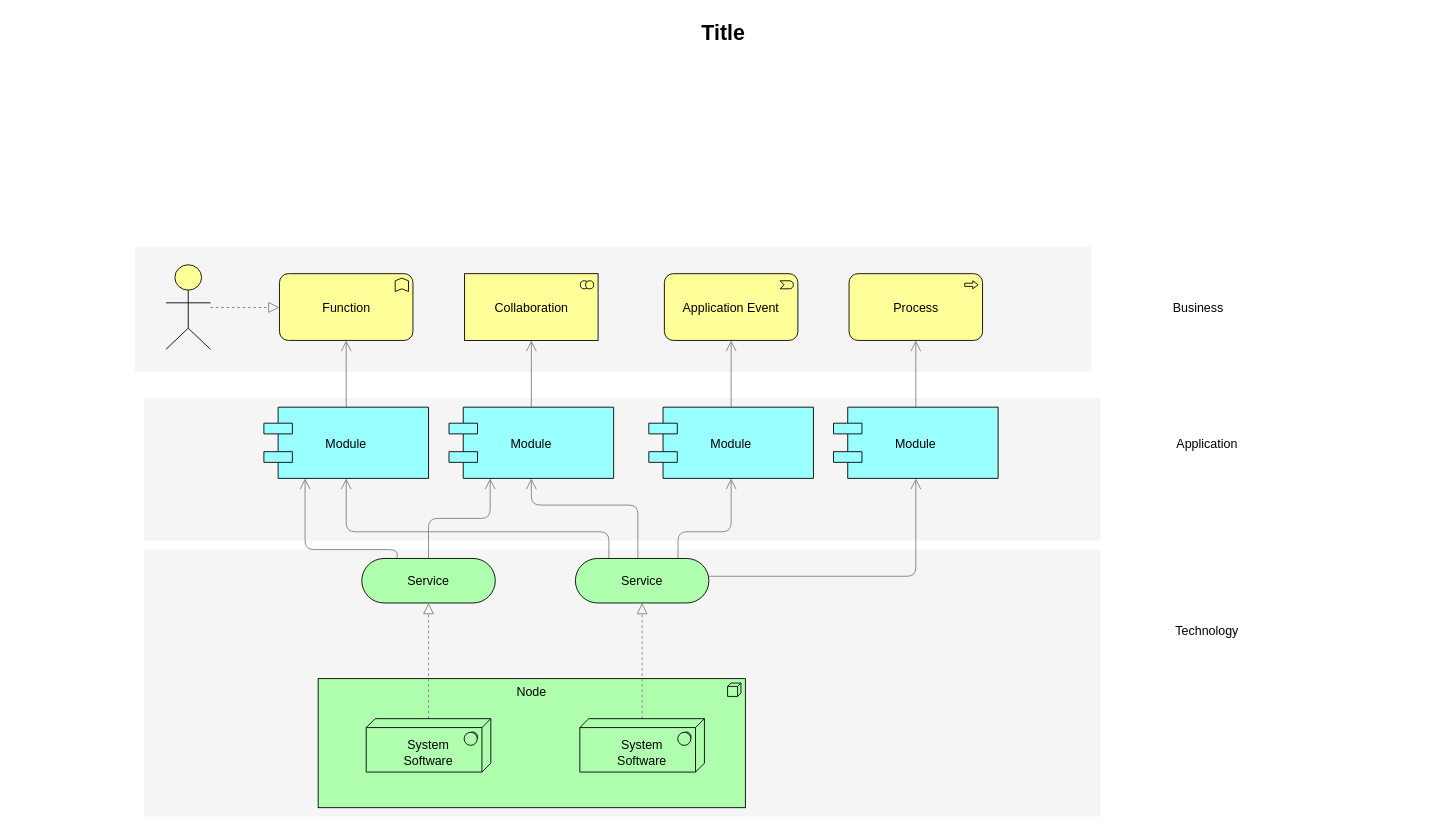
Earlier version of the draw.io diagram Ecommerce_ERD.drawio (Papi1997/Ecommerce_ERD). Source tidied: cells renumbered, new cells numbered last; positions are measured from the earlier drawing's top-left corner, leaving out a move shared by most shapes. Both pictures are drawn from the tidied source at 89%, with x=0, y=0 at pixel (15, 15).
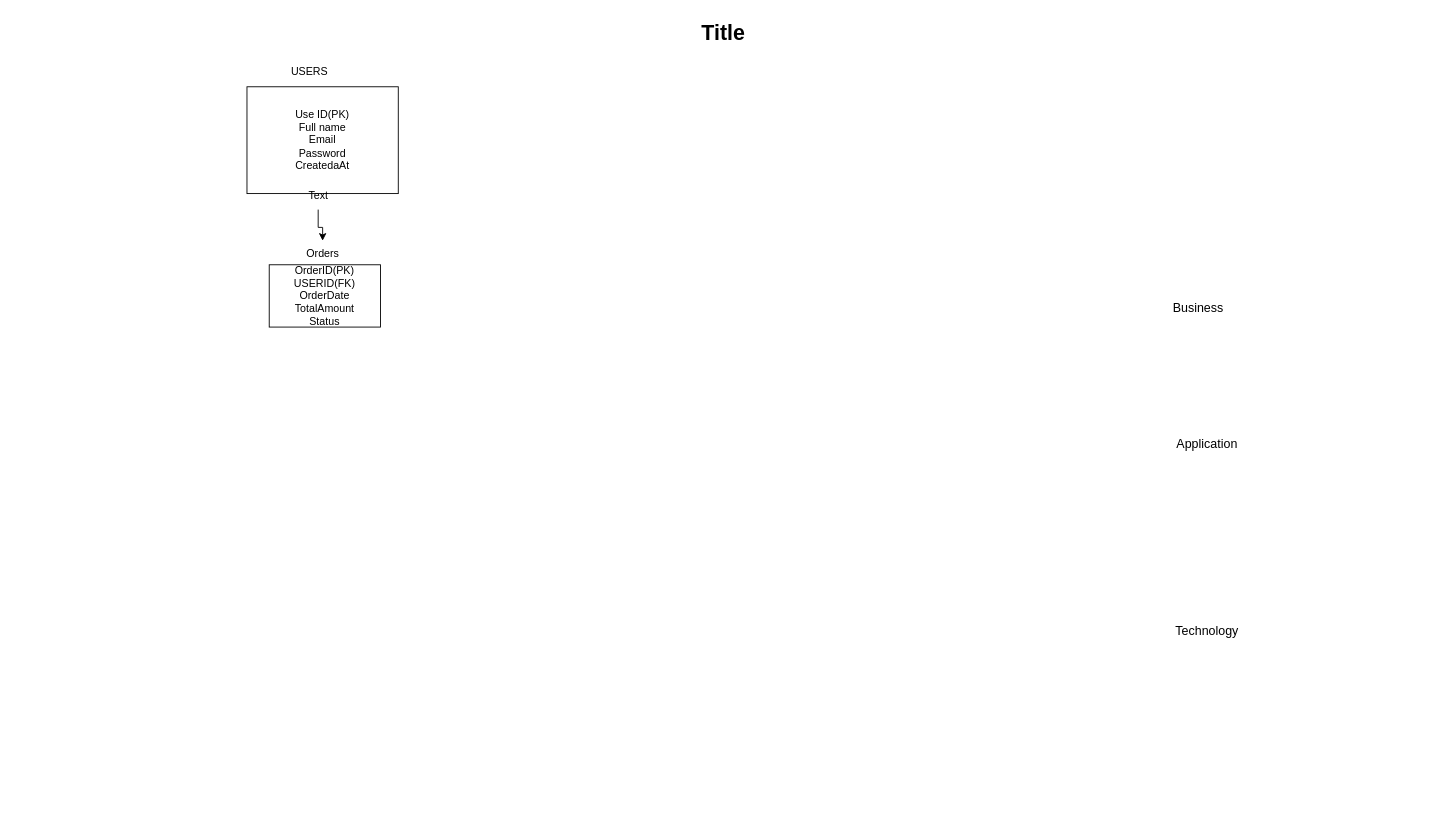
The same page after the edit.

Change to the diagram source:
```diff
@@
-    <mxCell id="2" style="whiteSpace=wrap;html=1;strokeColor=none;strokeWidth=1;fillColor=#f5f5f5;fontSize=14;" parent="1" vertex="1">
-      <mxGeometry x="144" y="600" width="1075" height="300" as="geometry" />
-    </mxCell>
-    <mxCell id="3" style="whiteSpace=wrap;html=1;strokeColor=none;strokeWidth=1;fillColor=#f5f5f5;fontSize=14;" parent="1" vertex="1">
-      <mxGeometry x="144" y="430" width="1075" height="160" as="geometry" />
-    </mxCell>
-    <mxCell id="4" style="whiteSpace=wrap;html=1;strokeColor=none;strokeWidth=1;fillColor=#f5f5f5;fontSize=14;" parent="1" vertex="1">
-      <mxGeometry x="134" y="260" width="1075" height="140" as="geometry" />
-    </mxCell>
-    <mxCell id="5" value="Node" style="html=1;whiteSpace=wrap;fillColor=#AFFFAF;shape=mxgraph.archimate3.application;appType=node;archiType=square;fontSize=14;verticalAlign=top;" parent="1" vertex="1">
-      <mxGeometry x="340" y="745" width="480" height="145" as="geometry" />
-    </mxCell>
-    <mxCell id="6" style="edgeStyle=elbowEdgeStyle;rounded=1;elbow=vertical;html=1;startSize=10;endArrow=block;endFill=0;endSize=10;jettySize=auto;strokeColor=#808080;fontSize=14;dashed=1;" parent="1" edge="1" source="7" target="12">
-      <mxGeometry relative="1" as="geometry" />
-    </mxCell>
-    <mxCell id="7" value="&lt;div&gt;&lt;br&gt;&lt;/div&gt;System&lt;div&gt;Software&lt;/div&gt;" style="html=1;whiteSpace=wrap;fillColor=#AFFFAF;shape=mxgraph.archimate3.tech;techType=sysSw;fontSize=14;" parent="1" vertex="1">
-      <mxGeometry x="394" y="790" width="140" height="60" as="geometry" />
-    </mxCell>
-    <mxCell id="8" style="edgeStyle=elbowEdgeStyle;rounded=1;elbow=vertical;html=1;startSize=10;endArrow=block;endFill=0;endSize=10;jettySize=auto;strokeColor=#808080;fontSize=14;dashed=1;" parent="1" edge="1" source="9" target="17">
-      <mxGeometry relative="1" as="geometry" />
-    </mxCell>
-    <mxCell id="9" value="&lt;div&gt;&lt;br&gt;&lt;/div&gt;&lt;div&gt;&lt;span&gt;System&lt;/span&gt;&lt;div&gt;Software&lt;/div&gt;&lt;/div&gt;" style="html=1;whiteSpace=wrap;fillColor=#AFFFAF;shape=mxgraph.archimate3.tech;techType=sysSw;fontSize=14;" parent="1" vertex="1">
-      <mxGeometry x="634" y="790" width="140" height="60" as="geometry" />
-    </mxCell>
-    <mxCell id="10" style="edgeStyle=elbowEdgeStyle;rounded=1;elbow=vertical;html=1;startSize=10;endArrow=open;endFill=0;endSize=10;jettySize=auto;strokeColor=#808080;fontSize=14;entryX=0.25;entryY=1;" parent="1" edge="1" source="12" target="21">
-      <mxGeometry relative="1" as="geometry" />
-    </mxCell>
-    <mxCell id="11" style="edgeStyle=elbowEdgeStyle;rounded=1;elbow=vertical;html=1;startSize=10;endArrow=open;endFill=0;endSize=10;jettySize=auto;strokeColor=#808080;fontSize=14;entryX=0.25;entryY=1;exitX=0.265;exitY=0.007;exitPerimeter=0;" parent="1" edge="1" source="12" target="19">
-      <mxGeometry relative="1" as="geometry">
-        <Array as="points">
-          <mxPoint x="372" y="600" />
-        </Array>
-      </mxGeometry>
-    </mxCell>
-    <mxCell id="12" value="Service" style="html=1;whiteSpace=wrap;fillColor=#AFFFAF;shape=mxgraph.archimate3.service;fontSize=14;" parent="1" vertex="1">
-      <mxGeometry x="389" y="610" width="150" height="50" as="geometry" />
-    </mxCell>
-    <mxCell id="13" style="edgeStyle=elbowEdgeStyle;rounded=1;elbow=vertical;html=1;startSize=10;endArrow=open;endFill=0;endSize=10;jettySize=auto;strokeColor=#808080;fontSize=14;" parent="1" edge="1" source="17" target="25">
-      <mxGeometry relative="1" as="geometry">
-        <Array as="points">
-          <mxPoint x="859" y="630" />
-        </Array>
-      </mxGeometry>
-    </mxCell>
-    <mxCell id="14" style="edgeStyle=elbowEdgeStyle;rounded=1;elbow=vertical;html=1;startSize=10;endArrow=open;endFill=0;endSize=10;jettySize=auto;strokeColor=#808080;fontSize=14;entryX=0.5;entryY=1;exitX=0.769;exitY=0.025;exitPerimeter=0;" parent="1" edge="1" source="17" target="23">
-      <mxGeometry relative="1" as="geometry">
-        <Array as="points">
-          <mxPoint x="759" y="580" />
-        </Array>
-      </mxGeometry>
-    </mxCell>
-    <mxCell id="15" style="edgeStyle=elbowEdgeStyle;rounded=1;elbow=vertical;html=1;startSize=10;endArrow=open;endFill=0;endSize=10;jettySize=auto;strokeColor=#808080;fontSize=14;entryX=0.5;entryY=1;exitX=0.468;exitY=0.025;exitPerimeter=0;" parent="1" edge="1" source="17" target="21">
-      <mxGeometry relative="1" as="geometry">
-        <Array as="points">
-          <mxPoint x="649" y="550" />
-        </Array>
-      </mxGeometry>
-    </mxCell>
-    <mxCell id="16" style="edgeStyle=elbowEdgeStyle;rounded=1;elbow=vertical;html=1;startSize=10;endArrow=open;endFill=0;endSize=10;jettySize=auto;strokeColor=#808080;fontSize=14;exitX=0.251;exitY=0.002;exitPerimeter=0;" parent="1" edge="1" source="17" target="19">
-      <mxGeometry relative="1" as="geometry">
-        <Array as="points">
-          <mxPoint x="539" y="580" />
-        </Array>
-      </mxGeometry>
-    </mxCell>
-    <mxCell id="17" value="Service" style="html=1;whiteSpace=wrap;fillColor=#AFFFAF;shape=mxgraph.archimate3.service;fontSize=14;" parent="1" vertex="1">
-      <mxGeometry x="629" y="610" width="150" height="50" as="geometry" />
-    </mxCell>
-    <mxCell id="18" style="edgeStyle=elbowEdgeStyle;rounded=1;elbow=vertical;html=1;startSize=10;endArrow=open;endFill=0;endSize=10;jettySize=auto;strokeColor=#808080;fontSize=14;" parent="1" edge="1" source="19" target="26">
-      <mxGeometry relative="1" as="geometry" />
-    </mxCell>
-    <mxCell id="19" value="Module" style="shape=component;align=center;fillColor=#99ffff;gradientColor=none;fontSize=14;" parent="1" vertex="1">
-      <mxGeometry x="279" y="440" width="185" height="80" as="geometry" />
-    </mxCell>
-    <mxCell id="20" style="edgeStyle=elbowEdgeStyle;rounded=1;elbow=vertical;html=1;startSize=10;endArrow=open;endFill=0;endSize=10;jettySize=auto;strokeColor=#808080;fontSize=14;" parent="1" edge="1" source="21" target="27">
-      <mxGeometry relative="1" as="geometry" />
-    </mxCell>
-    <mxCell id="21" value="Module" style="shape=component;align=center;fillColor=#99ffff;gradientColor=none;fontSize=14;" parent="1" vertex="1">
-      <mxGeometry x="487" y="440" width="185" height="80" as="geometry" />
-    </mxCell>
-    <mxCell id="22" style="edgeStyle=elbowEdgeStyle;rounded=1;elbow=vertical;html=1;startSize=10;endArrow=open;endFill=0;endSize=10;jettySize=auto;strokeColor=#808080;fontSize=14;" parent="1" edge="1" source="23" target="28">
-      <mxGeometry relative="1" as="geometry" />
-    </mxCell>
-    <mxCell id="23" value="Module" style="shape=component;align=center;fillColor=#99ffff;gradientColor=none;fontSize=14;" parent="1" vertex="1">
-      <mxGeometry x="711.5" y="440" width="185" height="80" as="geometry" />
-    </mxCell>
-    <mxCell id="24" style="edgeStyle=elbowEdgeStyle;rounded=1;elbow=vertical;html=1;startSize=10;endArrow=open;endFill=0;endSize=10;jettySize=auto;strokeColor=#808080;fontSize=14;" parent="1" edge="1" source="25" target="29">
-      <mxGeometry relative="1" as="geometry" />
-    </mxCell>
-    <mxCell id="25" value="Module" style="shape=component;align=center;fillColor=#99ffff;gradientColor=none;fontSize=14;" parent="1" vertex="1">
-      <mxGeometry x="919" y="440" width="185" height="80" as="geometry" />
-    </mxCell>
-    <mxCell id="26" value="Function" style="html=1;whiteSpace=wrap;fillColor=#ffff99;shape=mxgraph.archimate3.application;appType=func;archiType=rounded;fontSize=14;" parent="1" vertex="1">
-      <mxGeometry x="296.5" y="290" width="150" height="75" as="geometry" />
-    </mxCell>
-    <mxCell id="27" value="Collaboration" style="html=1;whiteSpace=wrap;fillColor=#ffff99;shape=mxgraph.archimate3.application;appType=collab;archiType=square;fontSize=14;" parent="1" vertex="1">
-      <mxGeometry x="504.5" y="290" width="150" height="75" as="geometry" />
-    </mxCell>
-    <mxCell id="28" value="Application Event" style="html=1;whiteSpace=wrap;fillColor=#ffff99;shape=mxgraph.archimate3.application;appType=event;archiType=rounded;fontSize=14;" parent="1" vertex="1">
-      <mxGeometry x="729" y="290" width="150" height="75" as="geometry" />
-    </mxCell>
-    <mxCell id="29" value="Process" style="html=1;whiteSpace=wrap;fillColor=#ffff99;shape=mxgraph.archimate3.application;appType=proc;archiType=rounded;fontSize=14;" parent="1" vertex="1">
-      <mxGeometry x="936.5" y="290" width="150" height="75" as="geometry" />
-    </mxCell>
@@
-    <mxCell id="33" style="edgeStyle=elbowEdgeStyle;rounded=1;elbow=vertical;html=1;dashed=1;startSize=10;endArrow=block;endFill=0;endSize=10;jettySize=auto;strokeColor=#808080;fontSize=14;" parent="1" edge="1" source="34" target="26">
-      <mxGeometry relative="1" as="geometry" />
-    </mxCell>
-    <mxCell id="34" style="html=1;whiteSpace=wrap;fillColor=#ffff99;shape=mxgraph.archimate3.actor;fontSize=14;" parent="1" vertex="1">
-      <mxGeometry x="169" y="280" width="50" height="95" as="geometry" />
-    </mxCell>
@@
+    <mxCell id="36" value="Use ID(PK)&lt;div&gt;Full name&lt;/div&gt;&lt;div&gt;Email&lt;/div&gt;&lt;div&gt;Password&lt;/div&gt;&lt;div&gt;CreatedaAt&lt;/div&gt;" style="rounded=0;whiteSpace=wrap;html=1;" parent="1" vertex="1">
+      <mxGeometry x="260" y="80" width="170" height="120" as="geometry" />
+    </mxCell>
+    <mxCell id="37" style="edgeStyle=orthogonalEdgeStyle;rounded=0;jettySize=auto;html=1;" parent="1" edge="1" source="38" target="41">
+      <mxGeometry relative="1" as="geometry" />
+    </mxCell>
+    <mxCell id="38" value="Text" style="text;html=1;align=center;verticalAlign=middle;points=[];strokeColor=none;fillColor=none;" parent="1" vertex="1">
+      <mxGeometry x="315" y="188" width="50" height="30" as="geometry" />
+    </mxCell>
+    <mxCell id="39" value="USERS" style="text;html=1;align=center;verticalAlign=middle;strokeColor=none;fillColor=none;" parent="1" vertex="1">
+      <mxGeometry x="300" y="48" width="60" height="30" as="geometry" />
+    </mxCell>
+    <mxCell id="40" value="OrderID(PK)&lt;div&gt;USERID(FK)&lt;/div&gt;&lt;div&gt;OrderDate&lt;/div&gt;&lt;div&gt;TotalAmount&lt;/div&gt;&lt;div&gt;Status&lt;/div&gt;" style="whiteSpace=wrap;html=1;" parent="1" vertex="1">
+      <mxGeometry x="285" y="280" width="125" height="70" as="geometry" />
+    </mxCell>
+    <mxCell id="41" value="Orders" style="text;html=1;align=center;verticalAlign=middle;points=[];strokeColor=none;fillColor=none;" parent="1" vertex="1">
+      <mxGeometry x="315" y="253" width="60" height="30" as="geometry" />
+    </mxCell>
```
